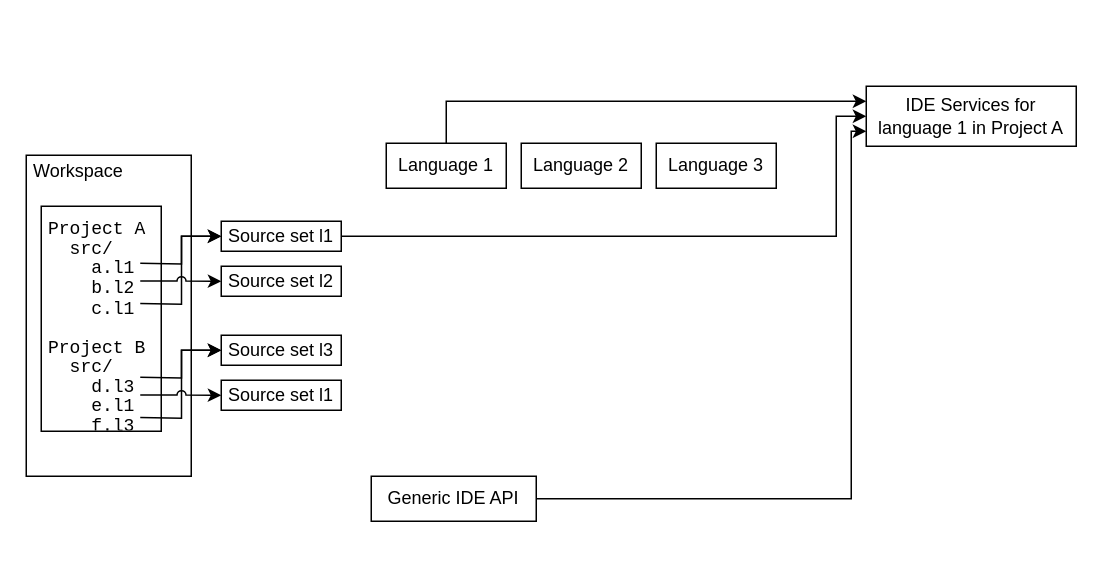
Earlier version of the draw.io diagram page "Current project - style 1" (10 of 13) of Spoofax3 Diagrams.drawio (AZWN/Spoofax-pie-diagrams). Source tidied: cells renumbered, new cells numbered last; positions are measured from the earlier drawing's top-left corner, leaving out a move shared by most shapes. Both pictures are drawn from the tidied source at 150%, with x=0, y=0 at pixel (26, 86).
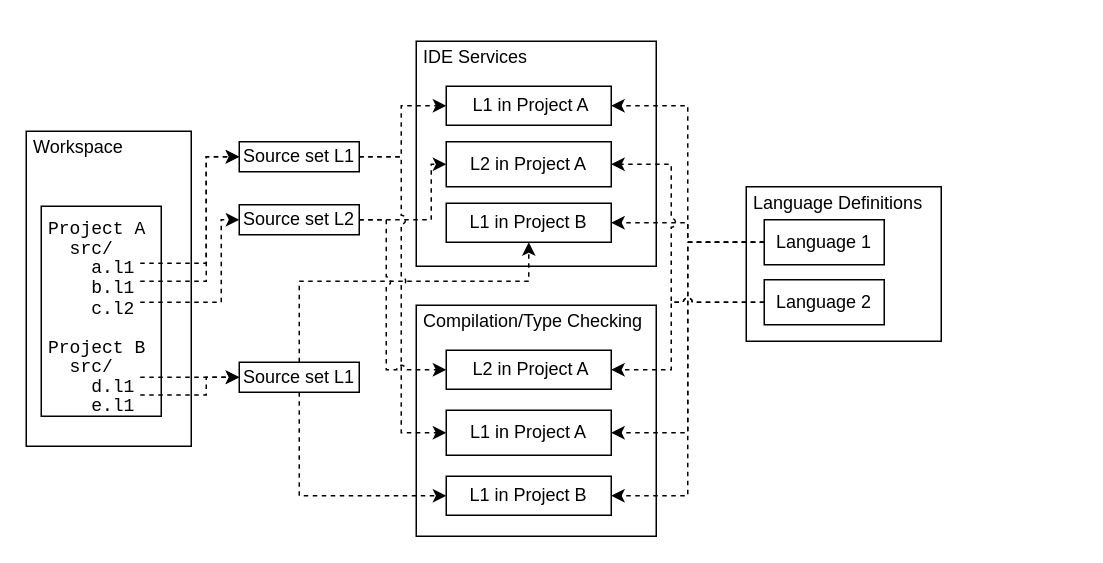
Above is the later version.

Change to the diagram source:
```diff
@@
+    <mxCell id="21" value="&lt;br&gt;&lt;div&gt;Workspace&lt;/div&gt;" style="text;html=1;fillColor=none;spacing=5;spacingTop=-20;whiteSpace=wrap;overflow=hidden;rounded=0;strokeColor=#000000;" parent="1" vertex="1">
+      <mxGeometry y="30" width="110" height="210" as="geometry" />
+    </mxCell>
-    <mxCell id="2" value="&lt;p style=&quot;line-height: 0%&quot;&gt;&lt;font face=&quot;Courier New&quot;&gt;&lt;br&gt;&lt;/font&gt;&lt;/p&gt;&lt;p style=&quot;line-height: 0%&quot;&gt;&lt;font face=&quot;Courier New&quot;&gt;Project A&lt;/font&gt;&lt;/p&gt;&lt;p style=&quot;line-height: 0%&quot;&gt;&lt;font face=&quot;Courier New&quot;&gt;&amp;nbsp; src/&lt;/font&gt;&lt;/p&gt;&lt;p style=&quot;line-height: 0%&quot;&gt;&lt;font face=&quot;Courier New&quot;&gt;&amp;nbsp;&amp;nbsp;&amp;nbsp; a.l1&lt;/font&gt;&lt;/p&gt;&lt;p style=&quot;line-height: 0%&quot;&gt;&lt;font face=&quot;Courier New&quot;&gt;&amp;nbsp;&amp;nbsp;&amp;nbsp; b.l2&lt;/font&gt;&lt;/p&gt;&lt;p style=&quot;line-height: 0%&quot;&gt;&lt;font face=&quot;Courier New&quot;&gt;&lt;br&gt;&amp;nbsp;&amp;nbsp;&amp;nbsp; c.l1&lt;/font&gt;&lt;/p&gt;&lt;p style=&quot;line-height: 0%&quot;&gt;&lt;font face=&quot;Courier New&quot;&gt;&lt;br&gt;&lt;/font&gt;&lt;/p&gt;&lt;p style=&quot;line-height: 0%&quot;&gt;&lt;font face=&quot;Courier New&quot;&gt;Project B&lt;/font&gt;&lt;/p&gt;&lt;p style=&quot;line-height: 0%&quot;&gt;&lt;font face=&quot;Courier New&quot;&gt;&amp;nbsp; src/&lt;/font&gt;&lt;/p&gt;&lt;p style=&quot;line-height: 0%&quot;&gt;&lt;font face=&quot;Courier New&quot;&gt;&amp;nbsp;&amp;nbsp;&amp;nbsp; d.l3&lt;/font&gt;&lt;/p&gt;&lt;p style=&quot;line-height: 0%&quot;&gt;&lt;font face=&quot;Courier New&quot;&gt;&amp;nbsp;&amp;nbsp;&amp;nbsp; e.l1&lt;/font&gt;&lt;/p&gt;&lt;p style=&quot;line-height: 0%&quot;&gt;&lt;font face=&quot;Courier New&quot;&gt;&amp;nbsp;&amp;nbsp;&amp;nbsp; f.l3&lt;br&gt;&lt;/font&gt;&lt;/p&gt;" style="text;html=1;fillColor=none;spacing=5;spacingTop=-20;whiteSpace=wrap;overflow=hidden;rounded=0;strokeColor=#000000;" parent="1" vertex="1">
-      <mxGeometry x="10" y="80" width="80" height="150" as="geometry" />
+    <mxCell id="2" value="&lt;p style=&quot;line-height: 0%&quot;&gt;&lt;font face=&quot;Courier New&quot;&gt;&lt;br&gt;&lt;/font&gt;&lt;/p&gt;&lt;p style=&quot;line-height: 0%&quot;&gt;&lt;font face=&quot;Courier New&quot;&gt;Project A&lt;/font&gt;&lt;/p&gt;&lt;p style=&quot;line-height: 0%&quot;&gt;&lt;font face=&quot;Courier New&quot;&gt;&amp;nbsp; src/&lt;/font&gt;&lt;/p&gt;&lt;p style=&quot;line-height: 0%&quot;&gt;&lt;font face=&quot;Courier New&quot;&gt;&amp;nbsp;&amp;nbsp;&amp;nbsp; a.l1&lt;/font&gt;&lt;/p&gt;&lt;p style=&quot;line-height: 0%&quot;&gt;&lt;font face=&quot;Courier New&quot;&gt;&amp;nbsp;&amp;nbsp;&amp;nbsp; b.l1&lt;/font&gt;&lt;/p&gt;&lt;p style=&quot;line-height: 0%&quot;&gt;&lt;font face=&quot;Courier New&quot;&gt;&lt;br&gt;&amp;nbsp;&amp;nbsp;&amp;nbsp; c.l2&lt;/font&gt;&lt;/p&gt;&lt;p style=&quot;line-height: 0%&quot;&gt;&lt;font face=&quot;Courier New&quot;&gt;&lt;br&gt;&lt;/font&gt;&lt;/p&gt;&lt;p style=&quot;line-height: 0%&quot;&gt;&lt;font face=&quot;Courier New&quot;&gt;Project B&lt;/font&gt;&lt;/p&gt;&lt;p style=&quot;line-height: 0%&quot;&gt;&lt;font face=&quot;Courier New&quot;&gt;&amp;nbsp; src/&lt;/font&gt;&lt;/p&gt;&lt;p style=&quot;line-height: 0%&quot;&gt;&lt;font face=&quot;Courier New&quot;&gt;&amp;nbsp;&amp;nbsp;&amp;nbsp; d.l1&lt;/font&gt;&lt;/p&gt;&lt;p style=&quot;line-height: 0%&quot;&gt;&lt;font face=&quot;Courier New&quot;&gt;&amp;nbsp;&amp;nbsp;&amp;nbsp; e.l1&lt;br&gt;&lt;/font&gt;&lt;/p&gt;" style="text;html=1;fillColor=none;spacing=5;spacingTop=-20;whiteSpace=wrap;overflow=hidden;rounded=0;strokeColor=#000000;" parent="1" vertex="1">
+      <mxGeometry x="10" y="80" width="80" height="140" as="geometry" />
     </mxCell>
-    <mxCell id="3" style="edgeStyle=orthogonalEdgeStyle;rounded=0;jumpStyle=arc;jettySize=auto;html=1;exitX=0.5;exitY=0;exitDx=0;exitDy=0;entryX=0;entryY=0.25;entryDx=0;entryDy=0;" parent="1" edge="1" source="4" target="20">
-      <mxGeometry relative="1" as="geometry" />
-    </mxCell>
-    <mxCell id="4" value="Language 1" style="rounded=0;whiteSpace=wrap;html=1;strokeColor=#000000;" parent="1" vertex="1">
-      <mxGeometry x="240" y="38" width="80" height="30" as="geometry" />
-    </mxCell>
-    <mxCell id="5" value="Language 2" style="rounded=0;whiteSpace=wrap;html=1;strokeColor=#000000;" parent="1" vertex="1">
-      <mxGeometry x="330" y="38" width="80" height="30" as="geometry" />
-    </mxCell>
-    <mxCell id="6" value="Language 3" style="rounded=0;whiteSpace=wrap;html=1;strokeColor=#000000;" parent="1" vertex="1">
-      <mxGeometry x="420" y="38" width="80" height="30" as="geometry" />
-    </mxCell>
-    <mxCell id="7" style="edgeStyle=orthogonalEdgeStyle;rounded=0;jumpStyle=arc;jettySize=auto;html=1;exitX=1;exitY=0.5;exitDx=0;exitDy=0;entryX=0;entryY=0.75;entryDx=0;entryDy=0;" parent="1" edge="1" source="8" target="20">
-      <mxGeometry relative="1" as="geometry">
-        <Array as="points">
-          <mxPoint x="550" y="275" />
-          <mxPoint x="550" y="30" />
-        </Array>
-      </mxGeometry>
-    </mxCell>
-    <mxCell id="8" value="Generic IDE API" style="rounded=0;whiteSpace=wrap;html=1;strokeColor=#000000;" parent="1" vertex="1">
-      <mxGeometry x="230" y="260" width="110" height="30" as="geometry" />
-    </mxCell>
-    <mxCell id="9" style="edgeStyle=orthogonalEdgeStyle;rounded=0;jumpStyle=arc;jettySize=auto;html=1;exitX=1;exitY=0.5;exitDx=0;exitDy=0;entryX=0;entryY=0.5;entryDx=0;entryDy=0;" parent="1" edge="1" source="10" target="20">
-      <mxGeometry relative="1" as="geometry">
-        <Array as="points">
-          <mxPoint x="540" y="100" />
-          <mxPoint x="540" y="20" />
-        </Array>
-      </mxGeometry>
-    </mxCell>
+    <mxCell id="22" style="edgeStyle=orthogonalEdgeStyle;rounded=0;jettySize=auto;html=1;exitX=0.5;exitY=0;exitDx=0;exitDy=0;entryX=0.5;entryY=1;entryDx=0;entryDy=0;dashed=1;" parent="1" edge="1" source="15" target="38">
+      <mxGeometry relative="1" as="geometry">
+        <Array as="points">
+          <mxPoint x="182" y="130" />
+          <mxPoint x="335" y="130" />
+        </Array>
+      </mxGeometry>
+    </mxCell>
+    <mxCell id="23" style="edgeStyle=orthogonalEdgeStyle;rounded=0;jettySize=auto;html=1;exitX=1;exitY=0.5;exitDx=0;exitDy=0;entryX=0;entryY=0.5;entryDx=0;entryDy=0;dashed=1;" parent="1" edge="1" source="11" target="37">
+      <mxGeometry relative="1" as="geometry">
+        <Array as="points">
+          <mxPoint x="270" y="89" />
+          <mxPoint x="270" y="52" />
+        </Array>
+      </mxGeometry>
+    </mxCell>
+    <mxCell id="24" value="&lt;div&gt;&lt;br&gt;&lt;/div&gt;&lt;div&gt;IDE Services&lt;/div&gt;" style="text;html=1;fillColor=none;spacing=5;spacingTop=-20;whiteSpace=wrap;overflow=hidden;rounded=0;strokeColor=#000000;" parent="1" vertex="1">
+      <mxGeometry x="260" y="-30" width="160" height="150" as="geometry" />
+    </mxCell>
+    <mxCell id="25" style="edgeStyle=orthogonalEdgeStyle;rounded=0;jettySize=auto;html=1;exitX=1;exitY=0.5;exitDx=0;exitDy=0;entryX=0;entryY=0.5;entryDx=0;entryDy=0;dashed=1;" parent="1" edge="1" source="10" target="36">
+      <mxGeometry relative="1" as="geometry">
+        <Array as="points">
+          <mxPoint x="250" y="47" />
+          <mxPoint x="250" y="13" />
+        </Array>
+      </mxGeometry>
+    </mxCell>
+    <mxCell id="26" style="edgeStyle=orthogonalEdgeStyle;rounded=0;jettySize=auto;html=1;exitX=1;exitY=0.5;exitDx=0;exitDy=0;entryX=0;entryY=0.5;entryDx=0;entryDy=0;jumpStyle=arc;dashed=1;" parent="1" edge="1" source="10" target="41">
+      <mxGeometry relative="1" as="geometry">
+        <Array as="points">
+          <mxPoint x="250" y="47" />
+          <mxPoint x="250" y="231" />
+        </Array>
+      </mxGeometry>
+    </mxCell>
-    <mxCell id="10" value="Source set l1" style="rounded=0;whiteSpace=wrap;html=1;strokeColor=#000000;" parent="1" vertex="1">
-      <mxGeometry x="130" y="90" width="80" height="20" as="geometry" />
+    <mxCell id="10" value="Source set L1" style="rounded=0;whiteSpace=wrap;html=1;strokeColor=#000000;" parent="1" vertex="1">
+      <mxGeometry x="142" y="37" width="80" height="20" as="geometry" />
     </mxCell>
+    <mxCell id="27" style="edgeStyle=orthogonalEdgeStyle;rounded=0;jumpStyle=arc;jettySize=auto;html=1;exitX=1;exitY=0.5;exitDx=0;exitDy=0;entryX=0;entryY=0.5;entryDx=0;entryDy=0;dashed=1;" parent="1" edge="1" source="11" target="40">
+      <mxGeometry relative="1" as="geometry">
+        <Array as="points">
+          <mxPoint x="240" y="89" />
+          <mxPoint x="240" y="189" />
+        </Array>
+      </mxGeometry>
+    </mxCell>
-    <mxCell id="11" value="Source set l2" style="rounded=0;whiteSpace=wrap;html=1;strokeColor=#000000;" parent="1" vertex="1">
-      <mxGeometry x="130" y="120" width="80" height="20" as="geometry" />
+    <mxCell id="11" value="Source set L2" style="rounded=0;whiteSpace=wrap;html=1;strokeColor=#000000;" parent="1" vertex="1">
+      <mxGeometry x="142" y="79" width="80" height="20" as="geometry" />
     </mxCell>
-    <mxCell id="12" style="endArrow=classic;html=1;entryX=0;entryY=0.5;entryDx=0;entryDy=0;edgeStyle=orthogonalEdgeStyle;rounded=0;" parent="1" edge="1" target="10">
+    <mxCell id="12" style="endArrow=classic;html=1;entryX=0;entryY=0.5;entryDx=0;entryDy=0;edgeStyle=orthogonalEdgeStyle;rounded=0;dashed=1;" parent="1" edge="1" target="10">
       <mxGeometry relative="1" as="geometry">
         <mxPoint x="76" y="118" as="sourcePoint" />
+        <Array as="points">
+          <mxPoint x="120" y="118" />
+          <mxPoint x="120" y="47" />
+        </Array>
       </mxGeometry>
     </mxCell>
-    <mxCell id="13" style="endArrow=classic;html=1;edgeStyle=orthogonalEdgeStyle;entryX=0;entryY=0.5;entryDx=0;entryDy=0;rounded=0;" parent="1" edge="1" target="10">
-      <mxGeometry relative="1" as="geometry">
-        <mxPoint x="76" y="144.8" as="sourcePoint" />
-      </mxGeometry>
-    </mxCell>
-    <mxCell id="14" style="endArrow=classic;html=1;jumpStyle=arc;" parent="1" edge="1">
-      <mxGeometry relative="1" as="geometry">
-        <mxPoint x="76" y="129.8" as="sourcePoint" />
-        <mxPoint x="130" y="130" as="targetPoint" />
-      </mxGeometry>
-    </mxCell>
+    <mxCell id="28" style="edgeStyle=orthogonalEdgeStyle;rounded=0;jumpStyle=arc;jettySize=auto;html=1;exitX=0.5;exitY=1;exitDx=0;exitDy=0;entryX=0;entryY=0.5;entryDx=0;entryDy=0;dashed=1;" parent="1" edge="1" source="15" target="42">
+      <mxGeometry relative="1" as="geometry" />
+    </mxCell>
-    <mxCell id="15" value="Source set l3" style="rounded=0;whiteSpace=wrap;html=1;strokeColor=#000000;" parent="1" vertex="1">
-      <mxGeometry x="130" y="166" width="80" height="20" as="geometry" />
+    <mxCell id="15" value="Source set L1" style="rounded=0;whiteSpace=wrap;html=1;strokeColor=#000000;" parent="1" vertex="1">
+      <mxGeometry x="142" y="184" width="80" height="20" as="geometry" />
     </mxCell>
-    <mxCell id="16" value="Source set l1" style="rounded=0;whiteSpace=wrap;html=1;strokeColor=#000000;" parent="1" vertex="1">
-      <mxGeometry x="130" y="196" width="80" height="20" as="geometry" />
-    </mxCell>
-    <mxCell id="17" style="endArrow=classic;html=1;entryX=0;entryY=0.5;entryDx=0;entryDy=0;edgeStyle=orthogonalEdgeStyle;rounded=0;" parent="1" edge="1" target="15">
+    <mxCell id="17" style="endArrow=classic;html=1;entryX=0;entryY=0.5;entryDx=0;entryDy=0;edgeStyle=orthogonalEdgeStyle;rounded=0;dashed=1;" parent="1" edge="1" target="15">
       <mxGeometry relative="1" as="geometry">
         <mxPoint x="76" y="194" as="sourcePoint" />
+        <Array as="points">
+          <mxPoint x="130" y="194" />
+          <mxPoint x="130" y="194" />
+        </Array>
       </mxGeometry>
     </mxCell>
-    <mxCell id="18" style="endArrow=classic;html=1;edgeStyle=orthogonalEdgeStyle;entryX=0;entryY=0.5;entryDx=0;entryDy=0;rounded=0;" parent="1" edge="1" target="15">
-      <mxGeometry relative="1" as="geometry">
-        <mxPoint x="76" y="220.8" as="sourcePoint" />
-      </mxGeometry>
-    </mxCell>
-    <mxCell id="19" style="endArrow=classic;html=1;jumpStyle=arc;" parent="1" edge="1">
-      <mxGeometry relative="1" as="geometry">
-        <mxPoint x="76" y="205.8" as="sourcePoint" />
-        <mxPoint x="130" y="206" as="targetPoint" />
-      </mxGeometry>
-    </mxCell>
-    <mxCell id="20" value="IDE Services for language 1 in Project A" style="rounded=0;whiteSpace=wrap;html=1;strokeColor=#000000;" parent="1" vertex="1">
-      <mxGeometry x="560" width="140" height="40" as="geometry" />
-    </mxCell>
-    <mxCell id="21" value="&lt;br&gt;&lt;div&gt;Workspace&lt;/div&gt;" style="text;html=1;fillColor=none;spacing=5;spacingTop=-20;whiteSpace=wrap;overflow=hidden;rounded=0;strokeColor=#000000;" parent="1" vertex="1">
-      <mxGeometry y="46" width="110" height="214" as="geometry" />
-    </mxCell>
+    <mxCell id="29" value="&lt;div&gt;&lt;br&gt;&lt;/div&gt;&lt;div&gt;Language Definitions&lt;br&gt;&lt;/div&gt;" style="text;html=1;fillColor=none;spacing=5;spacingTop=-20;whiteSpace=wrap;overflow=hidden;rounded=0;strokeColor=#000000;" parent="1" vertex="1">
+      <mxGeometry x="480" y="67" width="130" height="103" as="geometry" />
+    </mxCell>
+    <mxCell id="30" style="edgeStyle=orthogonalEdgeStyle;rounded=0;jumpStyle=arc;jettySize=auto;html=1;exitX=0;exitY=0.5;exitDx=0;exitDy=0;entryX=1;entryY=0.5;entryDx=0;entryDy=0;dashed=1;" parent="1" edge="1" source="4" target="36">
+      <mxGeometry relative="1" as="geometry" />
+    </mxCell>
+    <mxCell id="31" style="edgeStyle=orthogonalEdgeStyle;rounded=0;jumpStyle=arc;jettySize=auto;html=1;exitX=0;exitY=0.5;exitDx=0;exitDy=0;entryX=1;entryY=0.5;entryDx=0;entryDy=0;dashed=1;" parent="1" edge="1" source="4" target="38">
+      <mxGeometry relative="1" as="geometry" />
+    </mxCell>
+    <mxCell id="32" style="edgeStyle=orthogonalEdgeStyle;rounded=0;jumpStyle=arc;jettySize=auto;html=1;exitX=0;exitY=0.5;exitDx=0;exitDy=0;entryX=1;entryY=0.5;entryDx=0;entryDy=0;dashed=1;" parent="1" edge="1" source="4" target="41">
+      <mxGeometry relative="1" as="geometry" />
+    </mxCell>
+    <mxCell id="33" style="edgeStyle=orthogonalEdgeStyle;rounded=0;jumpStyle=arc;jettySize=auto;html=1;exitX=0;exitY=0.5;exitDx=0;exitDy=0;entryX=1;entryY=0.5;entryDx=0;entryDy=0;dashed=1;" parent="1" edge="1" source="4" target="42">
+      <mxGeometry relative="1" as="geometry" />
+    </mxCell>
+    <mxCell id="4" value="Language 1" style="rounded=0;whiteSpace=wrap;html=1;strokeColor=#000000;" parent="1" vertex="1">
+      <mxGeometry x="492" y="89" width="80" height="30" as="geometry" />
+    </mxCell>
+    <mxCell id="34" style="edgeStyle=orthogonalEdgeStyle;rounded=0;jumpStyle=arc;jettySize=auto;html=1;exitX=0;exitY=0.5;exitDx=0;exitDy=0;entryX=1;entryY=0.5;entryDx=0;entryDy=0;dashed=1;" parent="1" edge="1" source="5" target="37">
+      <mxGeometry relative="1" as="geometry">
+        <Array as="points">
+          <mxPoint x="430" y="144" />
+          <mxPoint x="430" y="52" />
+        </Array>
+      </mxGeometry>
+    </mxCell>
+    <mxCell id="35" style="edgeStyle=orthogonalEdgeStyle;rounded=0;jumpStyle=arc;jettySize=auto;html=1;exitX=0;exitY=0.5;exitDx=0;exitDy=0;entryX=1;entryY=0.5;entryDx=0;entryDy=0;dashed=1;" parent="1" edge="1" source="5" target="40">
+      <mxGeometry relative="1" as="geometry">
+        <Array as="points">
+          <mxPoint x="430" y="144" />
+          <mxPoint x="430" y="189" />
+        </Array>
+      </mxGeometry>
+    </mxCell>
+    <mxCell id="5" value="Language 2" style="rounded=0;whiteSpace=wrap;html=1;strokeColor=#000000;" parent="1" vertex="1">
+      <mxGeometry x="492" y="129" width="80" height="30" as="geometry" />
+    </mxCell>
+    <mxCell id="36" value="&amp;nbsp;L1 in Project A" style="rounded=0;whiteSpace=wrap;html=1;strokeColor=#000000;" parent="1" vertex="1">
+      <mxGeometry x="280" width="110" height="26" as="geometry" />
+    </mxCell>
+    <mxCell id="37" value="L2 in Project A" style="rounded=0;whiteSpace=wrap;html=1;strokeColor=#000000;" parent="1" vertex="1">
+      <mxGeometry x="280" y="37" width="110" height="30" as="geometry" />
+    </mxCell>
+    <mxCell id="38" value="L1 in Project B" style="rounded=0;whiteSpace=wrap;html=1;strokeColor=#000000;" parent="1" vertex="1">
+      <mxGeometry x="280" y="78" width="110" height="26" as="geometry" />
+    </mxCell>
+    <mxCell id="39" value="&lt;div&gt;&lt;br&gt;&lt;/div&gt;&lt;div&gt;Compilation/Type Checking&lt;/div&gt;" style="text;html=1;fillColor=none;spacing=5;spacingTop=-20;whiteSpace=wrap;overflow=hidden;rounded=0;strokeColor=#000000;" parent="1" vertex="1">
+      <mxGeometry x="260" y="146" width="160" height="154" as="geometry" />
+    </mxCell>
+    <mxCell id="40" value="&amp;nbsp;L2 in Project A" style="rounded=0;whiteSpace=wrap;html=1;strokeColor=#000000;" parent="1" vertex="1">
+      <mxGeometry x="280" y="176" width="110" height="26" as="geometry" />
+    </mxCell>
+    <mxCell id="41" value="L1 in Project A" style="rounded=0;whiteSpace=wrap;html=1;strokeColor=#000000;" parent="1" vertex="1">
+      <mxGeometry x="280" y="216" width="110" height="30" as="geometry" />
+    </mxCell>
+    <mxCell id="42" value="L1 in Project B" style="rounded=0;whiteSpace=wrap;html=1;strokeColor=#000000;" parent="1" vertex="1">
+      <mxGeometry x="280" y="260" width="110" height="26" as="geometry" />
+    </mxCell>
+    <mxCell id="43" style="endArrow=classic;html=1;entryX=0;entryY=0.5;entryDx=0;entryDy=0;rounded=0;edgeStyle=orthogonalEdgeStyle;dashed=1;" parent="1" edge="1" target="15">
+      <mxGeometry relative="1" as="geometry">
+        <mxPoint x="76" y="205.9" as="sourcePoint" />
+        <Array as="points">
+          <mxPoint x="120" y="206" />
+          <mxPoint x="120" y="194" />
+        </Array>
+      </mxGeometry>
+    </mxCell>
+    <mxCell id="44" style="endArrow=classic;html=1;entryX=0;entryY=0.5;entryDx=0;entryDy=0;rounded=0;edgeStyle=orthogonalEdgeStyle;dashed=1;" parent="1" edge="1" target="10">
+      <mxGeometry relative="1" as="geometry">
+        <mxPoint x="76" y="130" as="sourcePoint" />
+        <Array as="points">
+          <mxPoint x="120" y="130" />
+          <mxPoint x="120" y="47" />
+        </Array>
+      </mxGeometry>
+    </mxCell>
+    <mxCell id="45" style="endArrow=classic;html=1;entryX=0;entryY=0.5;entryDx=0;entryDy=0;edgeStyle=orthogonalEdgeStyle;rounded=0;dashed=1;" parent="1" edge="1" target="11">
+      <mxGeometry relative="1" as="geometry">
+        <mxPoint x="76" y="144" as="sourcePoint" />
+        <Array as="points">
+          <mxPoint x="130" y="144" />
+          <mxPoint x="130" y="89" />
+        </Array>
+      </mxGeometry>
+    </mxCell>
```
